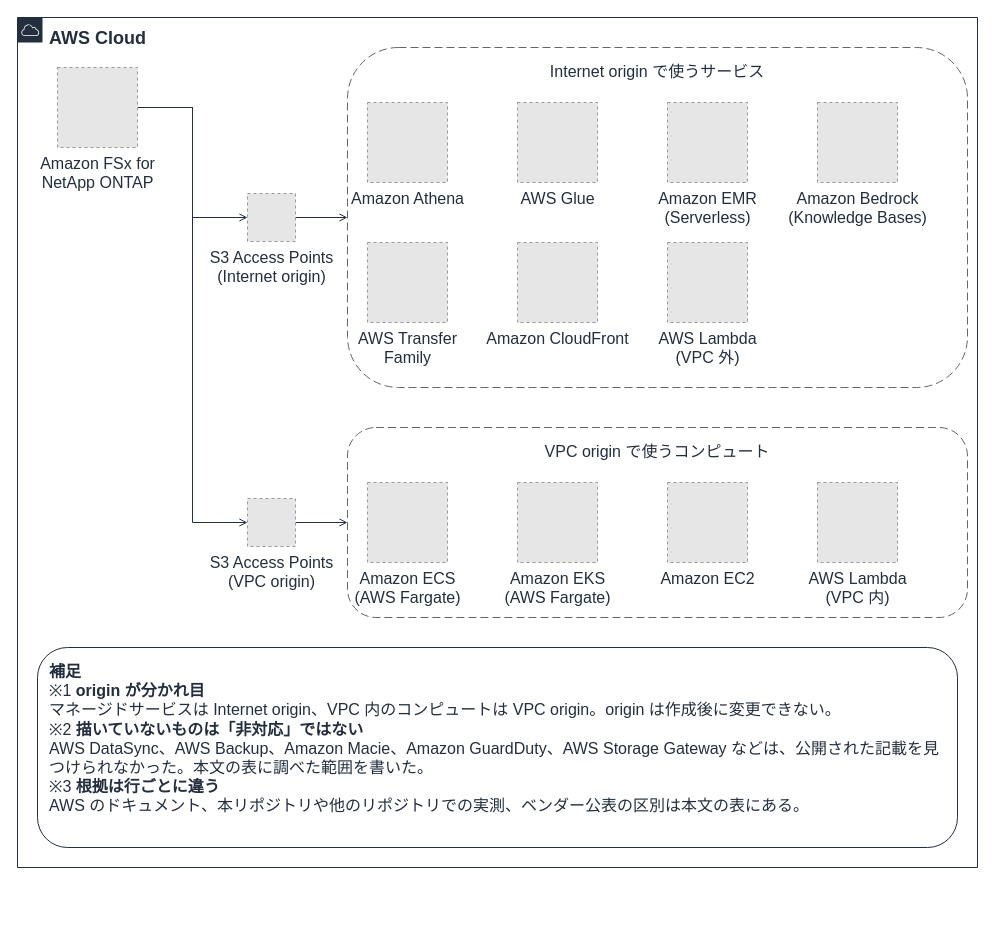
Yoshiki0705/FSx-for-ONTAP-Container-Datastore-Patterns keeps this draw.io diagram as docs/_assets/diagrams/s3ap-consumer-map.drawio. Above is the earlier version. Source tidied: cells renumbered, new cells numbered last; positions are measured from the earlier drawing's top-left corner, leaving out a move shared by most shapes. Both pictures are drawn from the tidied source at 100%, with x=0, y=0 at pixel (17, 17). Pictures stored in the file or linked from it are replaced by grey dashed boxes.
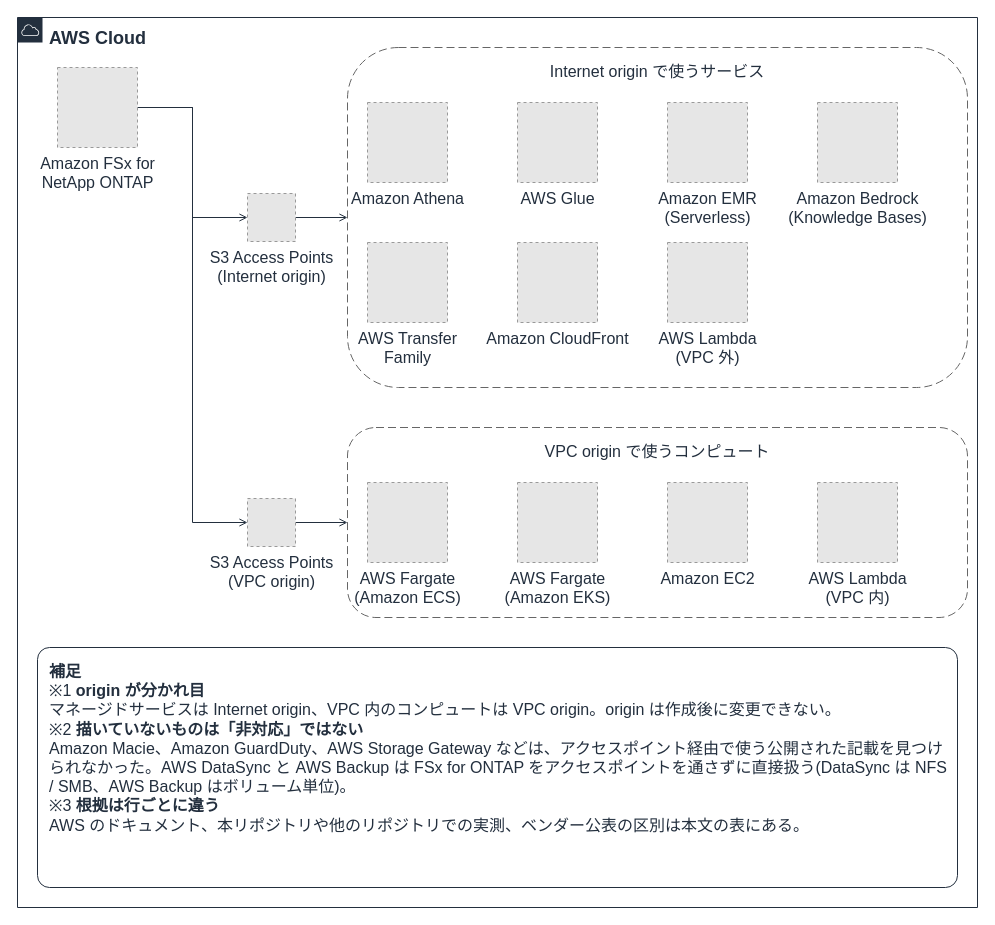
After the change.

What changed in the source:
```diff
@@
     <mxCell id="6" value="AWS Cloud" style="gradientColor=none;html=1;whiteSpace=wrap;fontSize=18;fontStyle=1;fontColor=#232F3E;shape=mxgraph.aws4.group;grIcon=mxgraph.aws4.group_aws_cloud;strokeColor=#232F3E;fillColor=none;verticalAlign=top;align=left;spacingLeft=30;spacingTop=4;dashed=0;labelBackgroundColor=#FFFFFF;" parent="1" vertex="1">
-      <mxGeometry width="960" height="850" as="geometry" />
+      <mxGeometry width="960" height="890" as="geometry" />
     </mxCell>
@@
-    <mxCell id="9" value="&lt;b&gt;補足&lt;/b&gt;&lt;br&gt;※1 &lt;b&gt;origin が分かれ目&lt;/b&gt;&lt;br&gt;マネージドサービスは Internet origin、VPC 内のコンピュートは VPC origin。origin は作成後に変更できない。&lt;br&gt;※2 &lt;b&gt;描いていないものは「非対応」ではない&lt;/b&gt;&lt;br&gt;AWS DataSync、AWS Backup、Amazon Macie、Amazon GuardDuty、AWS Storage Gateway などは、公開された記載を見つけられなかった。本文の表に調べた範囲を書いた。&lt;br&gt;※3 &lt;b&gt;根拠は行ごとに違う&lt;/b&gt;&lt;br&gt;AWS のドキュメント、本リポジトリや他のリポジトリでの実測、ベンダー公表の区別は本文の表にある。" style="rounded=1;whiteSpace=wrap;html=1;strokeColor=#232F3E;fillColor=none;fontColor=#232F3E;fontSize=16;verticalAlign=top;align=left;spacingLeft=10;spacingRight=10;spacingTop=8;" parent="1" vertex="1">
-      <mxGeometry x="20" y="630" width="920" height="200" as="geometry" />
+    <mxCell id="9" value="&lt;b&gt;補足&lt;/b&gt;&lt;br&gt;※1 &lt;b&gt;origin が分かれ目&lt;/b&gt;&lt;br&gt;マネージドサービスは Internet origin、VPC 内のコンピュートは VPC origin。origin は作成後に変更できない。&lt;br&gt;※2 &lt;b&gt;描いていないものは「非対応」ではない&lt;/b&gt;&lt;br&gt;Amazon Macie、Amazon GuardDuty、AWS Storage Gateway などは、アクセスポイント経由で使う公開された記載を見つけられなかった。AWS DataSync と AWS Backup は FSx for ONTAP をアクセスポイントを通さずに直接扱う(DataSync は NFS / SMB、AWS Backup はボリューム単位)。&lt;br&gt;※3 &lt;b&gt;根拠は行ごとに違う&lt;/b&gt;&lt;br&gt;AWS のドキュメント、本リポジトリや他のリポジトリでの実測、ベンダー公表の区別は本文の表にある。" style="rounded=1;absoluteArcSize=1;arcSize=24;whiteSpace=wrap;html=1;strokeColor=#232F3E;fillColor=none;fontColor=#232F3E;fontSize=16;verticalAlign=top;align=left;spacingLeft=10;spacingRight=10;spacingTop=8;" parent="1" vertex="1">
+      <mxGeometry x="20" y="630" width="920" height="240" as="geometry" />
     </mxCell>
@@
-    <mxCell id="20" value="Amazon ECS&lt;br&gt;(AWS Fargate)" style="fillColor=#E6E6E6;strokeColor=#999999;dashed=1;html=1;verticalLabelPosition=bottom;verticalAlign=top;labelPosition=center;align=center;fontSize=16;fontColor=#232F3E;" parent="1" vertex="1">
+    <mxCell id="20" value="AWS Fargate&lt;br&gt;(Amazon ECS)" style="fillColor=#E6E6E6;strokeColor=#999999;dashed=1;html=1;verticalLabelPosition=bottom;verticalAlign=top;labelPosition=center;align=center;fontSize=16;fontColor=#232F3E;" parent="1" vertex="1">
       <mxGeometry x="350" y="465" width="80" height="80" as="geometry" />
     </mxCell>
-    <mxCell id="21" value="Amazon EKS&lt;br&gt;(AWS Fargate)" style="fillColor=#E6E6E6;strokeColor=#999999;dashed=1;html=1;verticalLabelPosition=bottom;verticalAlign=top;labelPosition=center;align=center;fontSize=16;fontColor=#232F3E;" parent="1" vertex="1">
+    <mxCell id="21" value="AWS Fargate&lt;br&gt;(Amazon EKS)" style="fillColor=#E6E6E6;strokeColor=#999999;dashed=1;html=1;verticalLabelPosition=bottom;verticalAlign=top;labelPosition=center;align=center;fontSize=16;fontColor=#232F3E;" parent="1" vertex="1">
       <mxGeometry x="500" y="465" width="80" height="80" as="geometry" />
     </mxCell>
```
